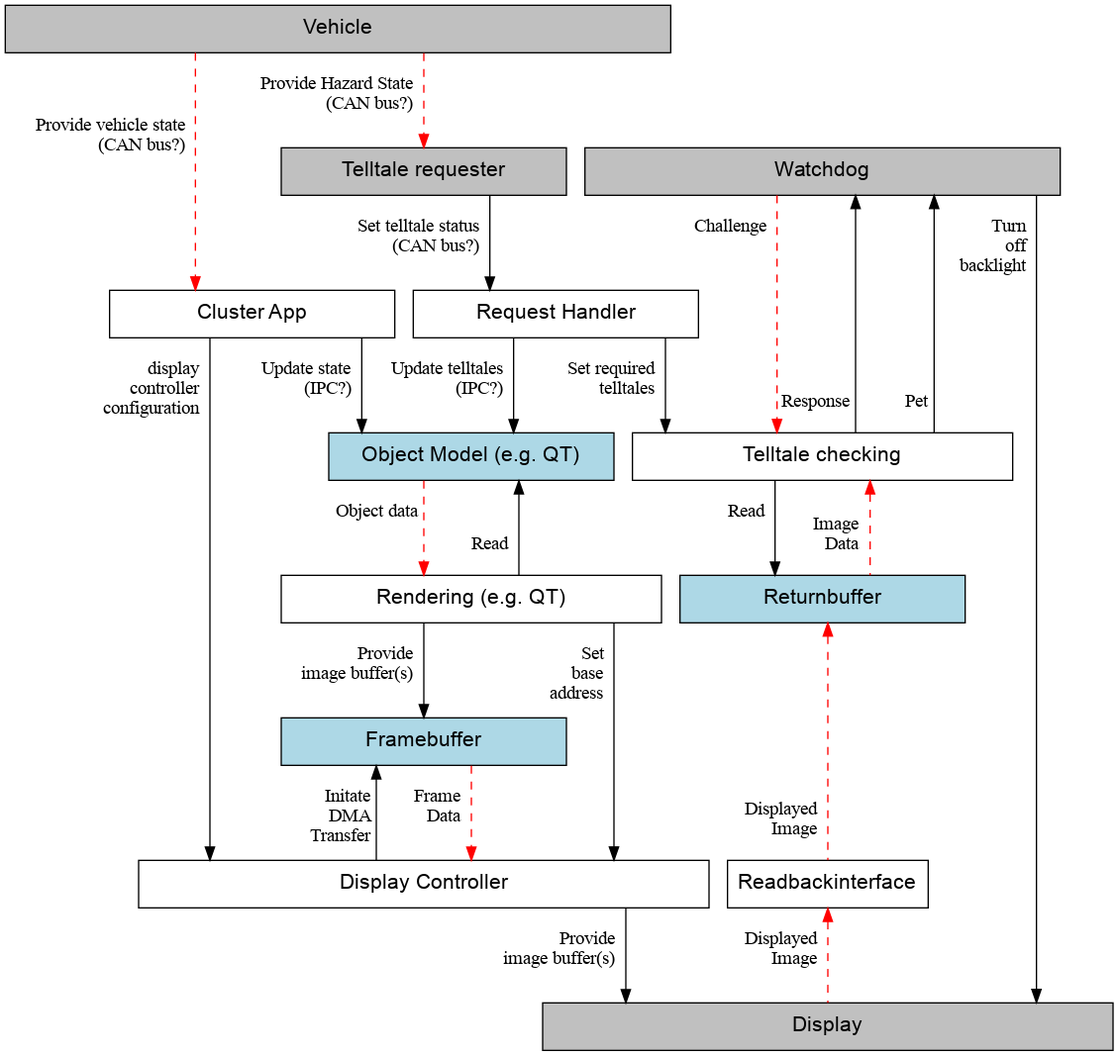
Above: Cluster_Display_Use_Case_v2/stpa/cluster-control-structure.dot.png in elisa-tech/wg-automotive (Graphviz), before the change. Its source is kept beside it as Cluster_Display_Use_Case_v2/stpa/cluster-control-structure.dot.
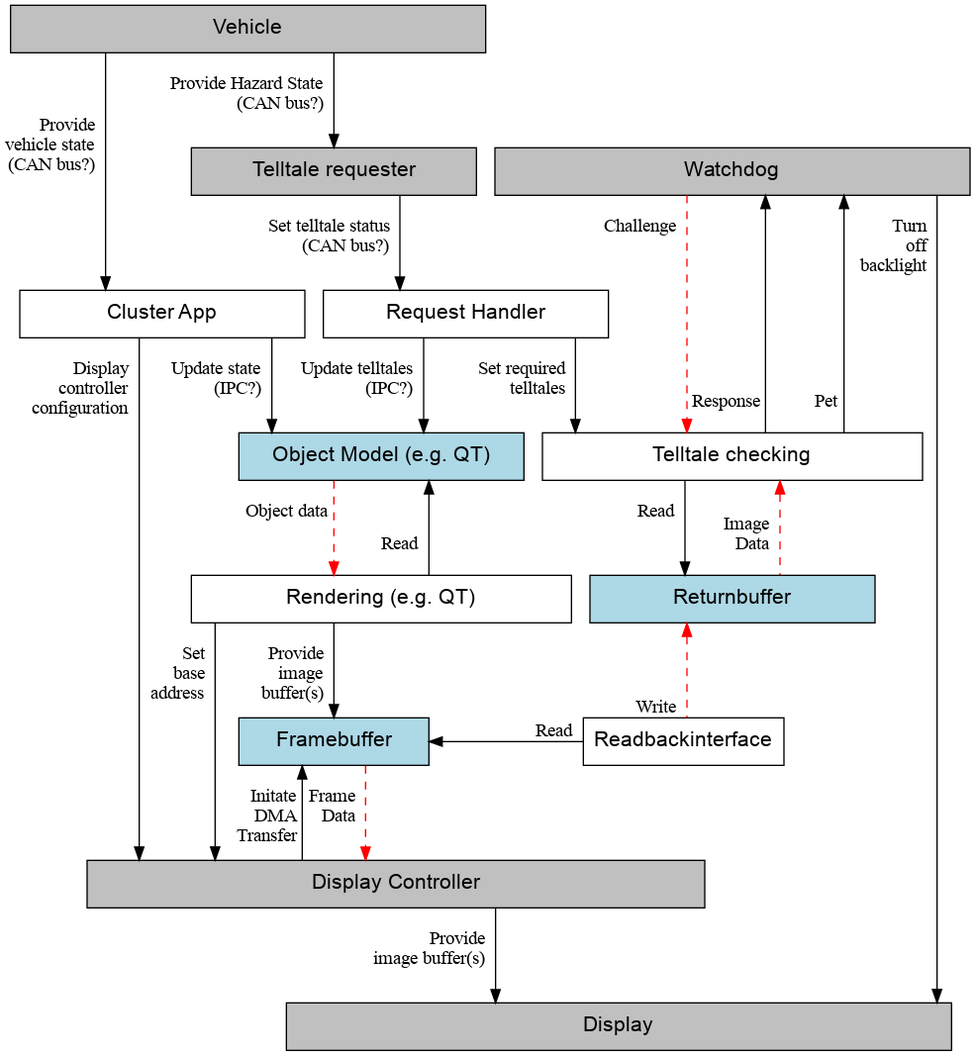
The same diagram one commit later.

What changed in the source:
```diff
@@ -3,7 +3,7 @@
 node [shape=box width=1 height=0.5 fontname=arial fontsize=16 style=filled fillcolor=white]
 graph [splines=ortho ranksep=1 nodesep=0.2 fontname=arial fontsize=16 compound=true]
 
-vehicle [label="Vehicle" width=7 fillcolor=gray]
+vehicle [label="Vehicle" width=5 fillcolor=gray]
 cluster [label="Cluster App" width=3]
 rank=same{
   requester [label="Telltale requester" width=3 fillcolor=gray]
@@ -12,23 +12,25 @@
 handler [label="Request Handler" width=3]
 render_OM [label="Object Model (e.g. QT)" width=3 fillcolor=lightblue]
 render [label="Rendering (e.g. QT)" width=4]
-dControl [label="Display Controller" width=6]
-framebuffer [label="Framebuffer" width=3 fillcolor=lightblue]
+dControl [label="Display Controller" width=6.5 fillcolor=gray]
+rank=same {
+  framebuffer [label="Framebuffer" width=2 fillcolor=lightblue]
+  readbackinterface [label="Readbackinterface" width=2]
+}
 returnbuffer [label="Returnbuffer" width=3 fillcolor=lightblue]
-display [label="Display" width=6 fillcolor=gray]
+display [label="Display" width=7 fillcolor=gray]
 check [label="Telltale checking" width=4]
-readbackinterface [label="Readbackinterface" width=2]
 
-vehicle -> cluster [taillabel="\r\r\r Provide vehicle state  \r(CAN bus?)  \r" style=dashed color=red]
-vehicle -> requester [taillabel="\rProvide Hazard State  \r(CAN bus?)  \r" style=dashed color=red]
+vehicle -> cluster [taillabel="\r\r\r Provide  \rvehicle state  \r(CAN bus?)  \r"]
+vehicle -> requester [taillabel="\rProvide Hazard State  \r(CAN bus?)  \r"]
 requester -> handler [taillabel="\rSet telltale status  \r(CAN bus?)  \r"]
 cluster -> render_OM [taillabel="\rUpdate state  \r(IPC?)  \r"]
-cluster ->  dControl [taillabel="\r display  \rcontroller  \r configuration  \r"]
+cluster ->  dControl [taillabel="\r Display  \rcontroller  \r configuration  \r"]
 handler -> check [taillabel="\rSet required  \rtelltales  \r"]
 handler -> render_OM [taillabel="\rUpdate telltales  \r(IPC?)  \r"]
 dControl -> display [taillabel="\rProvide  \rimage buffer(s)  \r"]
-render -> framebuffer [taillabel="\rProvide  \rimage buffer(s)  \r"]
-readbackinterface -> display [dir=back taillabel="\rDisplayed  \rImage  \r" style=dashed color=red]
+render -> dControl [taillabel="\rSet  \rbase  \raddress  \r" weight=2]
+render -> framebuffer [taillabel="\rProvide  \rimage  \rbuffer(s)  \r"]
 
 watchdog -> check [taillabel="\rChallenge  \r" style=dashed color=red]
 watchdog -> check [dir=back headlabel="\rResponse \r\r"]
@@ -36,12 +38,12 @@
 watchdog -> display [taillabel="\rTurn  \roff  \rbacklight  \r"]
 framebuffer -> dControl [dir=back taillabel="\r Initate \rDMA \r Transfer \r"]
 framebuffer -> dControl [taillabel="\r Frame  \r  Data  \r" style=dashed color=red]
-render -> dControl [taillabel="\rSet  \rbase  \raddress  \r"]
 
 render_OM -> render [taillabel="\rObject data " style=dashed color=red]
 render_OM -> render [dir=back headlabel="\rRead  \r\r" ]
 check -> returnbuffer [taillabel="\rRead  \r"]
 check -> returnbuffer [dir=back headlabel="\rImage  \rData  \r\r" color=red style=dashed]
-returnbuffer -> readbackinterface [dir=back headlabel="\r Displayed  \rImage  \r\r" color=red style=dashed]
+returnbuffer -> readbackinterface [dir=back headlabel="\rWrite  \r" color=red style=dashed]
+framebuffer -> readbackinterface [dir=back headlabel="\nRead  \n"]
 
 }
```
